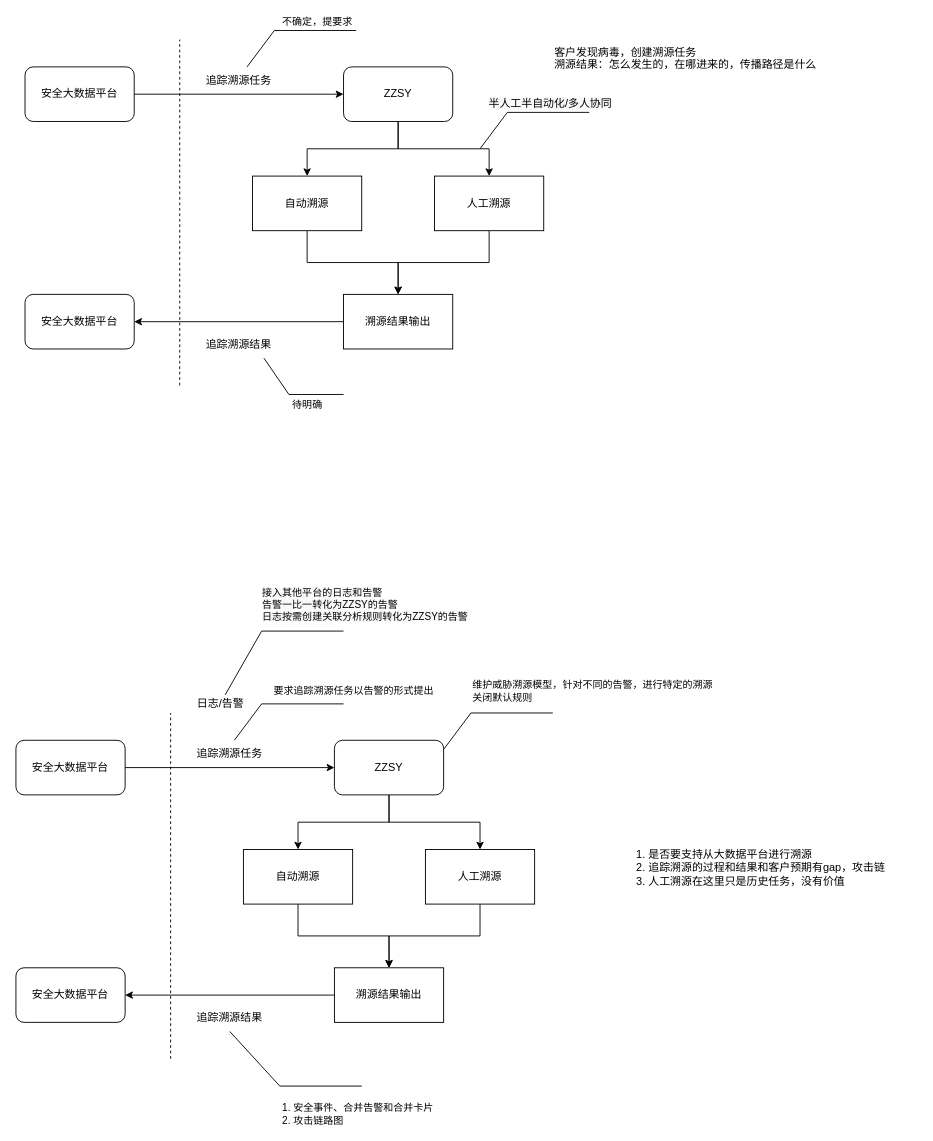
This is JDXH-workflow.drawio from popvlovs/popvlovs-repository, a draw.io file, before an edit. Source tidied: cells renumbered, new cells numbered last; positions are measured from the earlier drawing's top-left corner, leaving out a move shared by most shapes. Both pictures are drawn from the tidied source at 91%, with x=0, y=0 at pixel (15, 30).
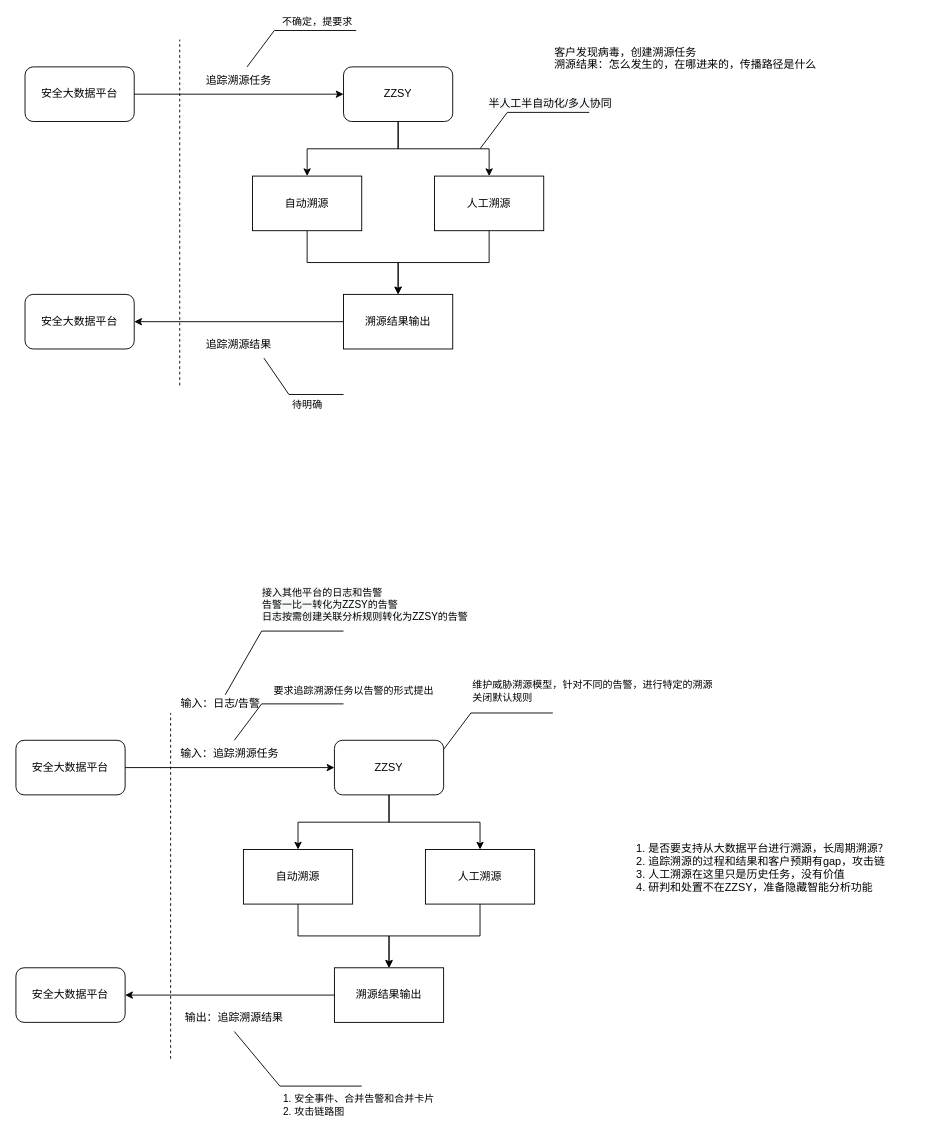
The same page after the edit.

Unchanged cells that the change refers to:
```xml
<mxCell id="45" style="endArrow=none;html=1;rounded=0;endFill=0;exitX=0.5;exitY=1;exitDx=0;exitDy=0;" parent="1" edge="1" source="36">
  <mxGeometry relative="1" as="geometry">
    <mxPoint x="380" y="1160" as="targetPoint" />
    <Array as="points">
      <mxPoint x="290" y="1160" />
    </Array>
  </mxGeometry>
</mxCell>
```

The edit, as a diff of the source:
```diff
@@
-    <mxCell id="28" value="1. 是否要支持从大数据平台进行溯源&lt;br&gt;&lt;div&gt;&lt;span&gt;2. 追踪溯源的过程和结果和客户预期有gap，攻击链&lt;/span&gt;&lt;/div&gt;&lt;div&gt;&lt;span&gt;3. 人工溯源在这里只是历史任务，没有价值&lt;/span&gt;&lt;/div&gt;" style="text;html=1;strokeColor=none;fillColor=none;align=left;verticalAlign=middle;whiteSpace=wrap;rounded=0;" parent="1" vertex="1">
+    <mxCell id="28" value="1. 是否要支持从大数据平台进行溯源，长周期溯源？&lt;br&gt;&lt;div&gt;&lt;span&gt;2. 追踪溯源的过程和结果和客户预期有gap，攻击链&lt;/span&gt;&lt;/div&gt;&lt;div&gt;&lt;span&gt;3. 人工溯源在这里只是历史任务，没有价值&amp;nbsp;&lt;/span&gt;&lt;/div&gt;&lt;div&gt;&lt;span&gt;4. 研判和处置不在ZZSY，准备隐藏智能分析功能&lt;/span&gt;&lt;/div&gt;" style="text;html=1;strokeColor=none;fillColor=none;align=left;verticalAlign=middle;whiteSpace=wrap;rounded=0;" parent="1" vertex="1">
       <mxGeometry x="680" y="890" width="310" height="60" as="geometry" />
     </mxCell>
@@
-    <mxCell id="36" value="追踪溯源结果" style="text;html=1;strokeColor=none;fillColor=none;align=center;verticalAlign=middle;whiteSpace=wrap;rounded=0;" parent="1" vertex="1">
-      <mxGeometry x="180" y="1070" width="110" height="30" as="geometry" />
+    <mxCell id="36" value="输出：追踪溯源结果" style="text;html=1;strokeColor=none;fillColor=none;align=center;verticalAlign=middle;whiteSpace=wrap;rounded=0;" parent="1" vertex="1">
+      <mxGeometry x="180" y="1070" width="120" height="30" as="geometry" />
     </mxCell>
-    <mxCell id="37" value="日志/告警" style="text;html=1;strokeColor=none;fillColor=none;align=center;verticalAlign=middle;whiteSpace=wrap;rounded=0;" parent="1" vertex="1">
+    <mxCell id="37" value="输入：日志/告警" style="text;html=1;strokeColor=none;fillColor=none;align=center;verticalAlign=middle;whiteSpace=wrap;rounded=0;" parent="1" vertex="1">
       <mxGeometry x="170" y="725" width="110" height="30" as="geometry" />
     </mxCell>
@@
-    <mxCell id="42" value="追踪溯源任务" style="text;html=1;strokeColor=none;fillColor=none;align=center;verticalAlign=middle;whiteSpace=wrap;rounded=0;" parent="1" vertex="1">
+    <mxCell id="42" value="输入：追踪溯源任务" style="text;html=1;strokeColor=none;fillColor=none;align=center;verticalAlign=middle;whiteSpace=wrap;rounded=0;" parent="1" vertex="1">
       <mxGeometry x="180" y="780" width="110" height="30" as="geometry" />
     </mxCell>
@@
     <mxCell id="46" value="1. 安全事件、合并告警和合并卡片&lt;br&gt;2. 攻击链路图" style="edgeLabel;html=1;align=left;verticalAlign=middle;" parent="45" vertex="1">
       <mxGeometry relative="1" as="geometry">
-        <mxPoint x="-4" y="30" as="offset" />
+        <mxPoint x="-4" y="20" as="offset" />
       </mxGeometry>
     </mxCell>
```
